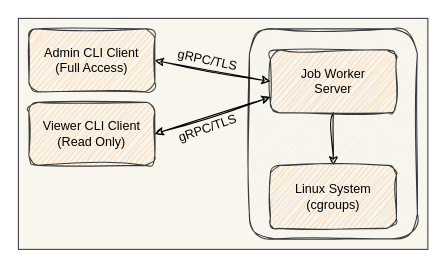
Before: page "High Level" (1 of 9) of docs/job-worker.drawio in ehsaniara/joblet, a draw.io diagram. Source tidied: cells renumbered, new cells numbered last; positions are measured from the earlier drawing's top-left corner, leaving out a move shared by most shapes. Both pictures are drawn from the tidied source at 105%, with x=0, y=0 at pixel (18, 18).
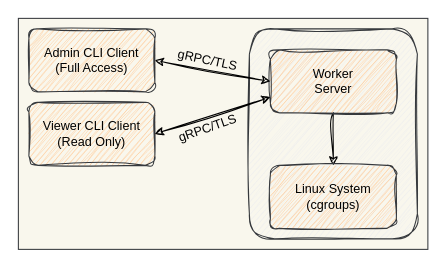
The same page after the edit.

Change to the diagram source:
```diff
@@
 <mxGraphModel>
   <root>
     <mxCell id="0" />
     <mxCell id="1" parent="0" />
     <mxCell id="2" style="rounded=0;whiteSpace=wrap;html=1;fillColor=#f9f7ed;strokeColor=#36393d;fontColor=#000000;" parent="1" vertex="1">
       <mxGeometry width="390" height="220" as="geometry" />
     </mxCell>
     <mxCell id="3" style="rounded=1;whiteSpace=wrap;html=1;fillColor=#eeeeee;strokeColor=#36393d;fontColor=#000000;glass=0;sketch=1;curveFitting=1;jiggle=2;shadow=0;" parent="1" vertex="1">
       <mxGeometry x="220" y="10" width="160" height="200" as="geometry" />
     </mxCell>
     <mxCell id="4" value="&lt;font style=&quot;color: rgb(0, 0, 0);&quot;&gt;Admin CLI Client&lt;/font&gt;&lt;div&gt;&lt;font style=&quot;color: rgb(0, 0, 0);&quot;&gt;(Full Access)&lt;/font&gt;&lt;/div&gt;" style="rounded=1;whiteSpace=wrap;html=1;fillColor=#ffcc99;strokeColor=#36393d;fontColor=#000000;sketch=1;curveFitting=1;jiggle=2;" parent="1" vertex="1">
       <mxGeometry x="10" y="10" width="120" height="60" as="geometry" />
     </mxCell>
     <mxCell id="5" style="edgeStyle=orthogonalEdgeStyle;rounded=0;jettySize=auto;html=1;fontColor=#000000;strokeColor=#000000;shadow=0;sketch=1;curveFitting=1;jiggle=2;" parent="1" edge="1" source="6" target="7">
       <mxGeometry relative="1" as="geometry" />
     </mxCell>
-    <mxCell id="6" value="Job Worker&lt;div&gt;Server&lt;/div&gt;" style="rounded=1;whiteSpace=wrap;html=1;fillColor=#ffcc99;strokeColor=#36393d;fontColor=#000000;sketch=1;curveFitting=1;jiggle=2;" parent="1" vertex="1">
+    <mxCell id="6" value="Worker&lt;div&gt;Server&lt;/div&gt;" style="rounded=1;whiteSpace=wrap;html=1;fillColor=#ffcc99;strokeColor=#36393d;fontColor=#000000;sketch=1;curveFitting=1;jiggle=2;" parent="1" vertex="1">
       <mxGeometry x="240" y="30" width="120" height="60" as="geometry" />
     </mxCell>
     <mxCell id="7" value="Linux System&lt;div&gt;(cgroups)&lt;/div&gt;" style="rounded=1;whiteSpace=wrap;html=1;fillColor=#ffcc99;strokeColor=#36393d;fontColor=#000000;sketch=1;curveFitting=1;jiggle=2;" parent="1" vertex="1">
       <mxGeometry x="240" y="140" width="120" height="60" as="geometry" />
     </mxCell>
     <mxCell id="8" style="endArrow=classic;startArrow=classic;html=1;rounded=0;exitX=1;exitY=0.5;exitDx=0;exitDy=0;entryX=0;entryY=0.5;entryDx=0;entryDy=0;strokeColor=#000000;shadow=0;sketch=1;curveFitting=1;jiggle=2;" parent="1" edge="1" source="4" target="6">
       <mxGeometry relative="1" as="geometry" />
     </mxCell>
     <mxCell id="9" value="gRPC/TLS" style="text;html=1;align=center;verticalAlign=middle;strokeColor=none;fillColor=none;fontColor=#000000;rotation=12;" parent="1" vertex="1">
       <mxGeometry x="140" y="25" width="80" height="30" as="geometry" />
     </mxCell>
     <mxCell id="10" value="&lt;font style=&quot;color: rgb(0, 0, 0);&quot;&gt;Viewer CLI Client&lt;/font&gt;&lt;div&gt;&lt;font style=&quot;color: rgb(0, 0, 0);&quot;&gt;(Read Only)&lt;/font&gt;&lt;/div&gt;" style="rounded=1;whiteSpace=wrap;html=1;fillColor=#ffcc99;strokeColor=#36393d;fontColor=#000000;sketch=1;curveFitting=1;jiggle=2;" parent="1" vertex="1">
       <mxGeometry x="10" y="80" width="120" height="60" as="geometry" />
     </mxCell>
     <mxCell id="11" value="gRPC/TLS" style="text;html=1;align=center;verticalAlign=middle;strokeColor=none;fillColor=none;fontColor=#000000;rotation=-19;" parent="1" vertex="1">
       <mxGeometry x="140" y="90" width="80" height="30" as="geometry" />
     </mxCell>
     <mxCell id="12" style="endArrow=classic;startArrow=classic;html=1;rounded=0;exitX=1;exitY=0.5;exitDx=0;exitDy=0;entryX=0;entryY=0.75;entryDx=0;entryDy=0;strokeColor=#000000;shadow=0;sketch=1;curveFitting=1;jiggle=2;" parent="1" edge="1" source="10" target="6">
       <mxGeometry relative="1" as="geometry" />
     </mxCell>
   </root>
 </mxGraphModel>
```
